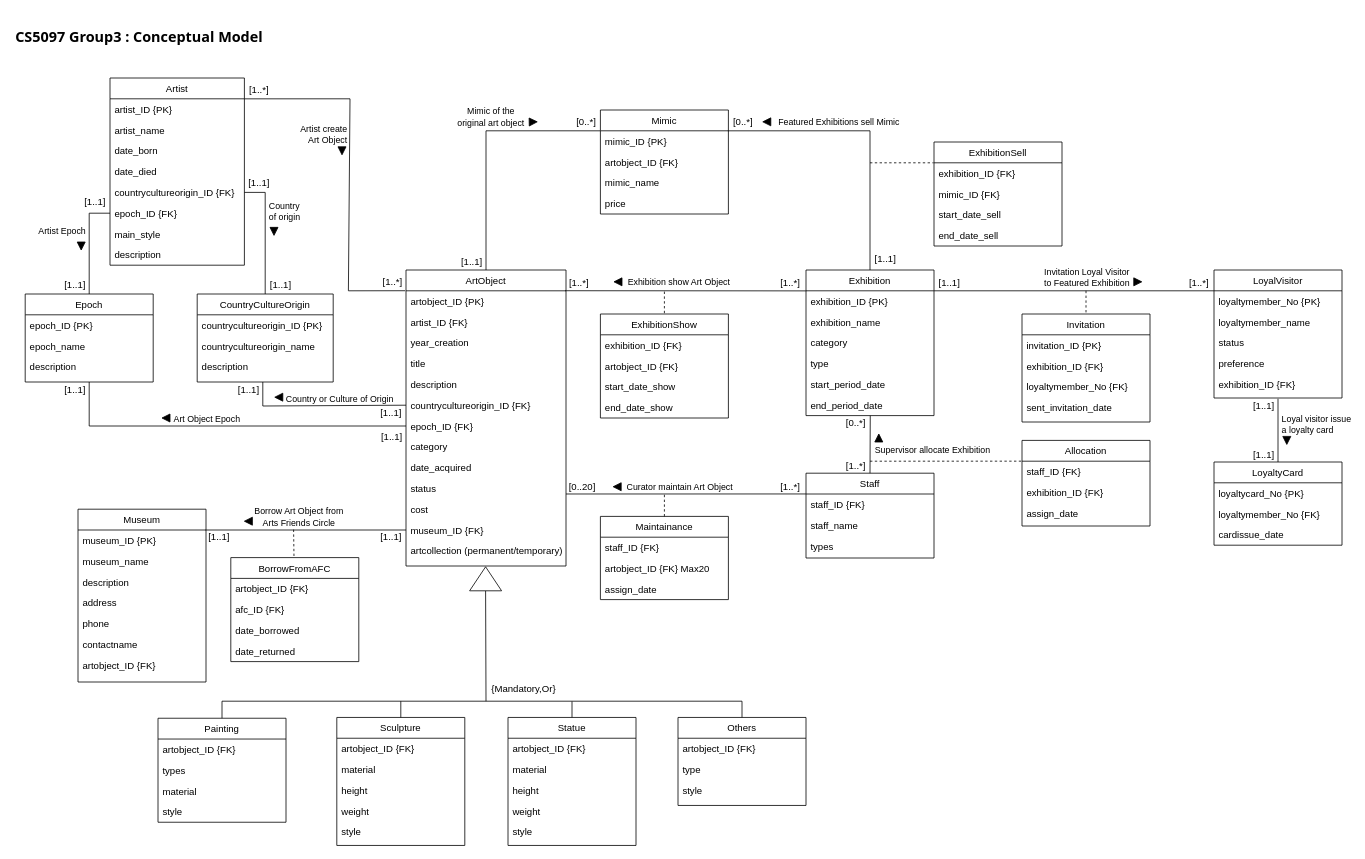
Above: Group3_Conceptual-Model-3NF.drawio in chanokchut/CS5097 (draw.io), before the change. Source tidied: cells renumbered, new cells numbered last; positions are measured from the earlier drawing's top-left corner, leaving out a move shared by most shapes. Both pictures are drawn from the tidied source at 80%, with x=0, y=0 at pixel (14, 14).
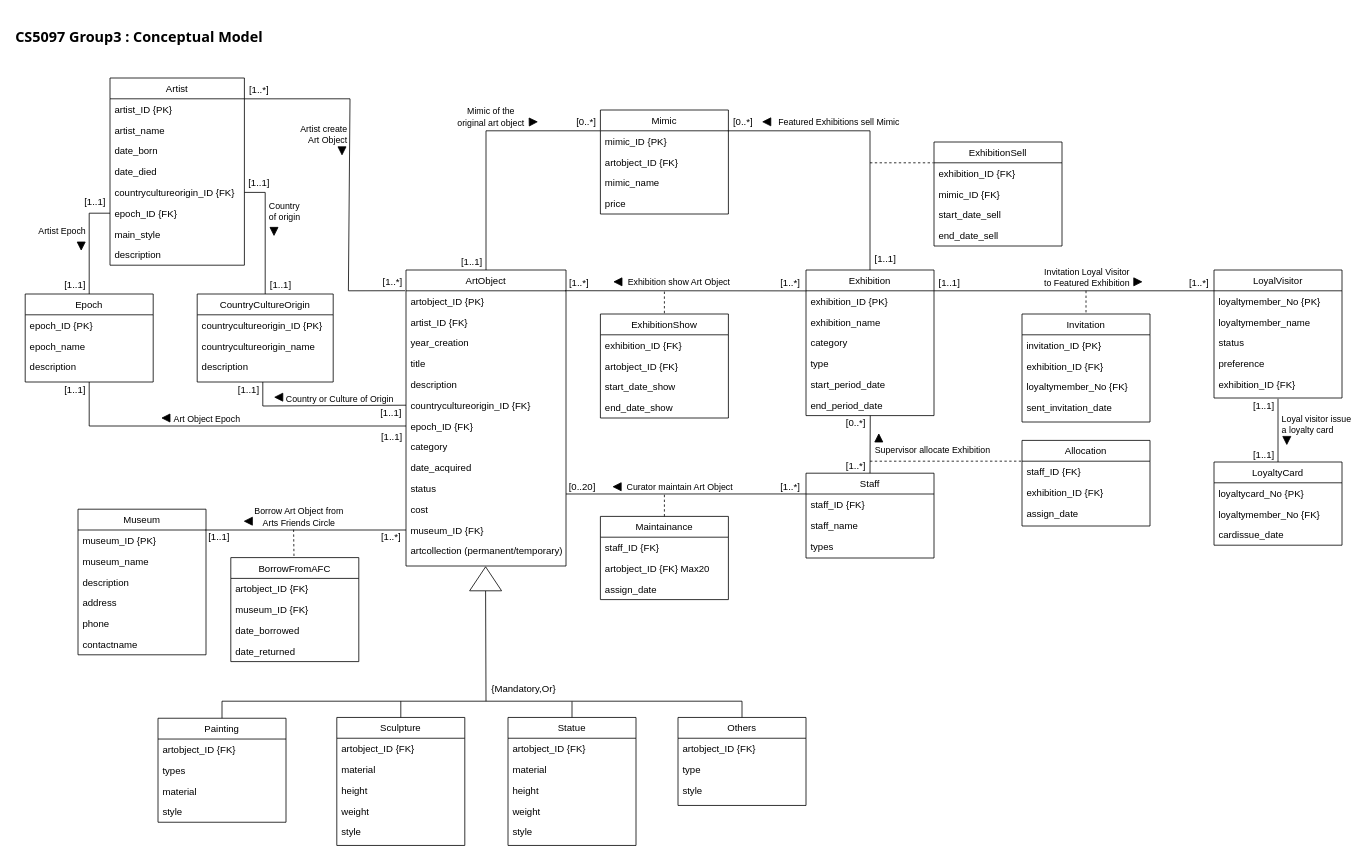
Above is the later version.

The change refers to these unchanged cells:
```xml
<mxCell id="184" value="BorrowFromAFC" style="swimlane;fontStyle=0;align=center;verticalAlign=top;horizontal=1;startSize=26;rounded=0;shadow=0;strokeWidth=1;" parent="1" vertex="1">
  <mxGeometry x="271" y="679.5" width="160" height="130" as="geometry" />
</mxCell>
```

The edit, as a diff of the source:
```diff
@@
     <mxCell id="6" value="Museum" style="swimlane;fontStyle=0;align=center;verticalAlign=top;horizontal=1;startSize=26;rounded=0;shadow=0;strokeWidth=1;" parent="1" vertex="1">
-      <mxGeometry x="80" y="619" width="160" height="216" as="geometry" />
+      <mxGeometry x="80" y="619" width="160" height="182" as="geometry" />
     </mxCell>
@@
-    <mxCell id="13" value="artobject_ID {FK}" style="text;align=left;verticalAlign=top;spacingLeft=4;spacingRight=4;overflow=hidden;" parent="6" vertex="1">
-      <mxGeometry y="182" width="160" height="26" as="geometry" />
-    </mxCell>
@@
-    <mxCell id="182" value="[1..1]" style="text;html=1;align=center;verticalAlign=middle;whiteSpace=wrap;rounded=0;" parent="1" vertex="1">
+    <mxCell id="182" value="[1..*]" style="text;html=1;align=center;verticalAlign=middle;whiteSpace=wrap;rounded=0;" parent="1" vertex="1">
       <mxGeometry x="449" y="639" width="45" height="30" as="geometry" />
     </mxCell>
@@
-    <mxCell id="186" value="afc_ID {FK}" style="text;align=left;verticalAlign=top;spacingLeft=4;spacingRight=4;overflow=hidden;" parent="184" vertex="1">
+    <mxCell id="186" value="museum_ID {FK}" style="text;align=left;verticalAlign=top;spacingLeft=4;spacingRight=4;overflow=hidden;" parent="184" vertex="1">
       <mxGeometry y="52" width="160" height="26" as="geometry" />
     </mxCell>
```
